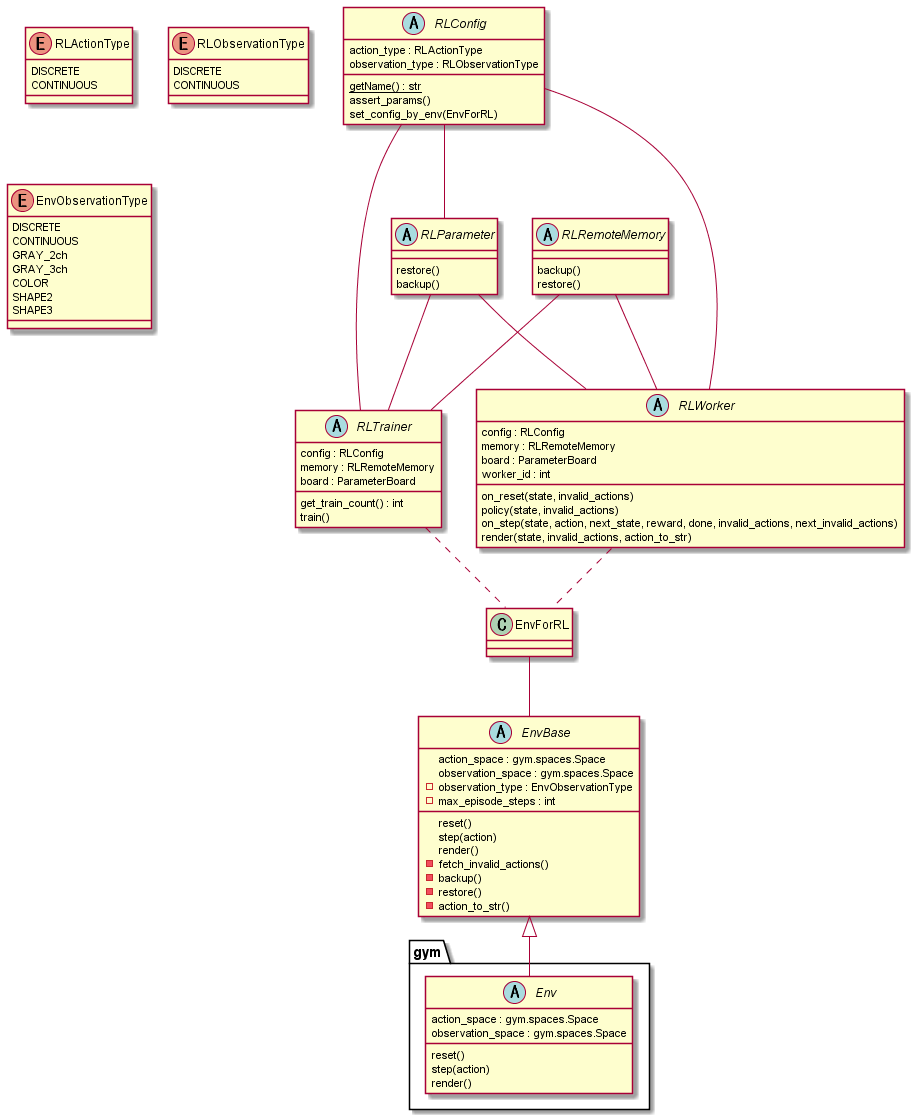
This is diagrams/class.png from pocokhc/simple_distributed_rl, a PlantUML export, as it was before one commit.
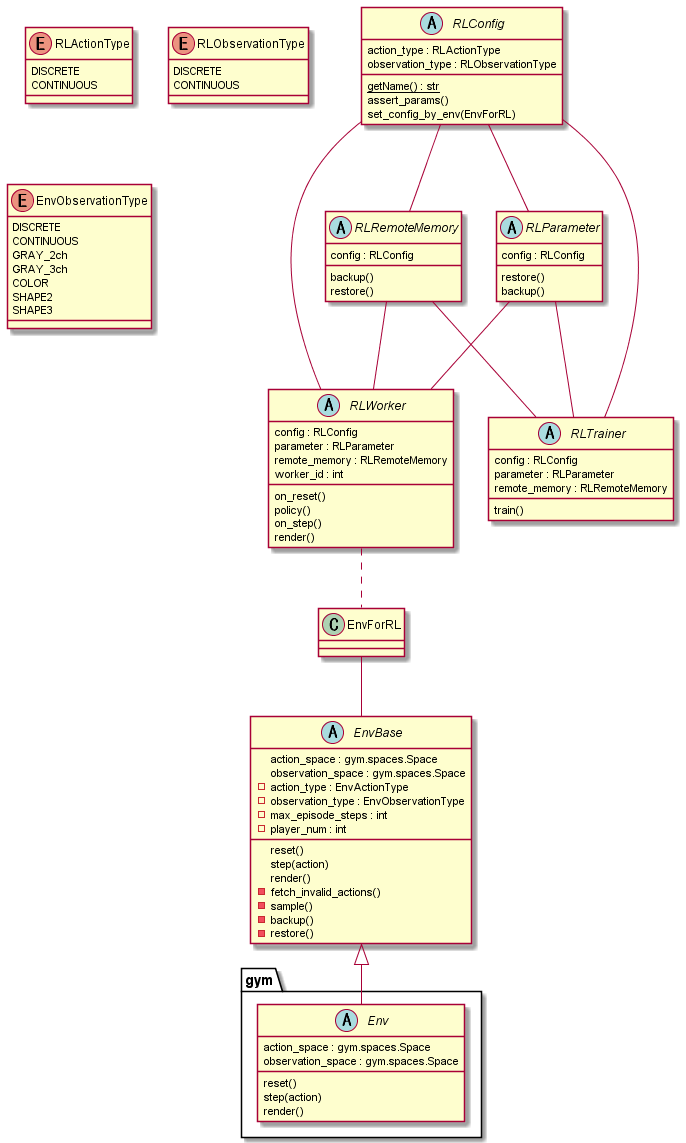
Later version of the same file.

Diff of the diagram source:
```diff
@@ -34,20 +34,17 @@
     reset()
     step(action)
     render()
+    - action_type : EnvActionType
     - observation_type : EnvObservationType
     - max_episode_steps : int
+    - player_num : int
     - fetch_invalid_actions()
+    - sample()
     - backup()
     - restore()
-    - action_to_str()
 }
 
 class EnvForRL
-
-abstract RLRemoteMemory {
-    backup()
-    restore()
-}
 
 
 abstract RLConfig {
@@ -58,28 +55,34 @@
     set_config_by_env(EnvForRL)
 }
 
+abstract RLRemoteMemory {
+    config : RLConfig
+    backup()
+    restore()
+}
+
 abstract RLParameter {
+    config : RLConfig
     restore()
     backup()
 }
 
 abstract RLTrainer {
     config : RLConfig
-    memory : RLRemoteMemory
-    board : ParameterBoard
-    get_train_count() : int
+    parameter : RLParameter
+    remote_memory : RLRemoteMemory
     train()
 }
 
 abstract RLWorker {
     config : RLConfig
-    memory : RLRemoteMemory
-    board : ParameterBoard
+    parameter : RLParameter
+    remote_memory : RLRemoteMemory
     worker_id : int
-    on_reset(state, invalid_actions)
-    policy(state, invalid_actions)
-    on_step(state, action, next_state, reward, done, invalid_actions, next_invalid_actions)
-    render(state, invalid_actions, action_to_str)
+    on_reset()
+    policy()
+    on_step()
+    render()
 }
 
 
@@ -89,12 +92,12 @@
 RLConfig -- RLWorker
 RLConfig -- RLTrainer
 RLConfig -- RLParameter
+RLConfig -- RLRemoteMemory
 RLParameter -- RLWorker
 RLParameter -- RLTrainer
 RLRemoteMemory -- RLWorker
 RLRemoteMemory -- RLTrainer
 
 RLWorker .. EnvForRL
-RLTrainer .. EnvForRL
 
 @enduml
```
